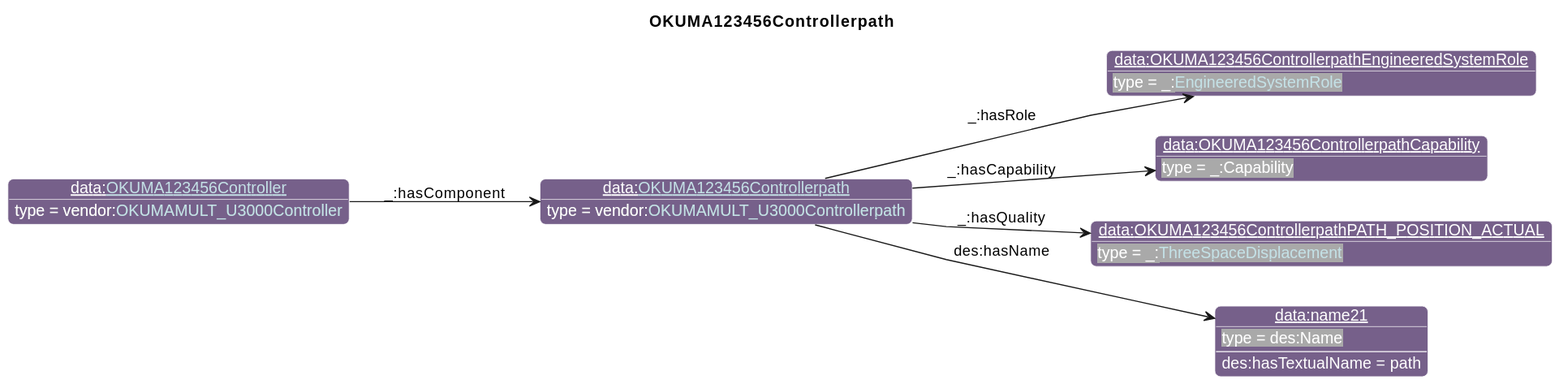
iofoundry/example-syseng-mtconnect keeps this PlantUML diagram as diagrams/OKUMA123456Controllerpath.svg. Above is the earlier version.
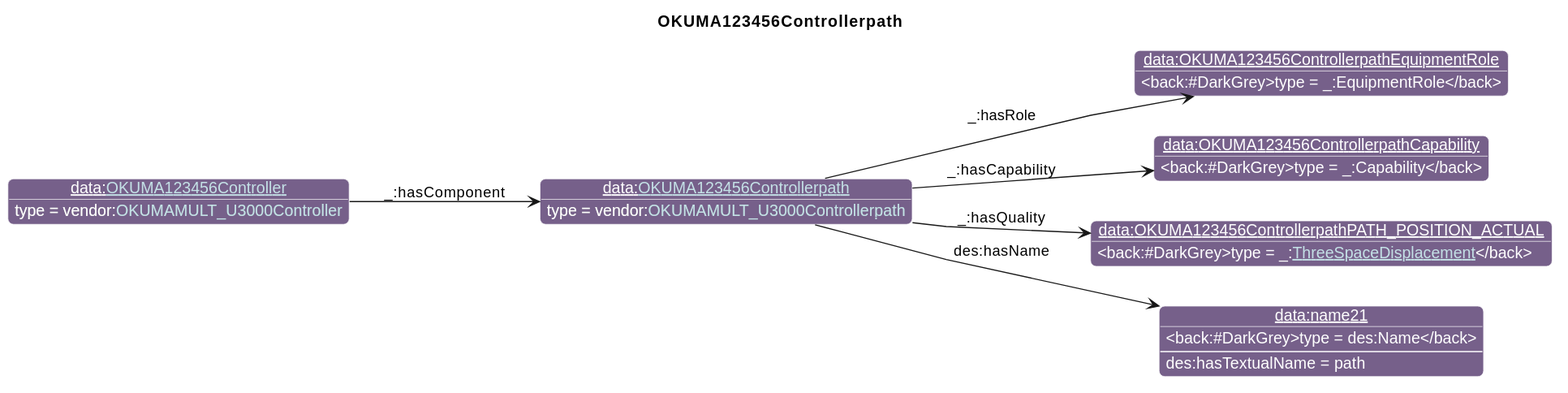
Later version of the same file.

What changed in the source:
```diff
@@ -26,7 +26,7 @@
                       "qp":"641B2E"
       }
 individual(o0, data:[[./OKUMA123456Controllerpath.html OKUMA123456Controllerpath]], vendor:[[../OKUMA.html#OKUMAMULT_U3000Controllerpath OKUMAMULT_U3000Controllerpath]])
-individual(o1, data:OKUMA123456ControllerpathEngineeredSystemRole, _:[[../MTConnect.html#EngineeredSystemRole EngineeredSystemRole]])
+individual(o1, data:OKUMA123456ControllerpathEquipmentRole, _:EquipmentRole)
 individual(o2, data:OKUMA123456ControllerpathCapability, _:Capability)
 individual(o3, data:OKUMA123456ControllerpathPATH_POSITION_ACTUAL, _:[[../MTConnect.html#ThreeSpaceDisplacement ThreeSpaceDisplacement]])
 individual(o4, data:name21, des:Name)
```
